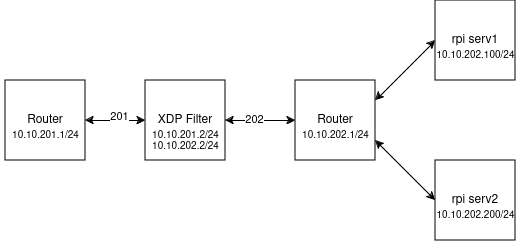
Before: images/Network_Topology.png, a diagram exported from draw.io (famidok/MAOYK-2024-BPF-XDP). Source tidied: cells renumbered, new cells last; positions are measured from the earlier drawing's top-left corner, leaving out a move shared by most shapes. The source it was exported from:
```xml
<mxGraphModel>
  <root>
    <mxCell id="0" />
    <mxCell id="1" parent="0" />
    <mxCell id="2" value="XDP Filter" style="whiteSpace=wrap;html=1;" parent="1" vertex="1">
      <mxGeometry x="145" y="80" width="80" height="80" as="geometry" />
    </mxCell>
    <mxCell id="3" value="Router" style="whiteSpace=wrap;html=1;" parent="1" vertex="1">
      <mxGeometry x="295" y="80" width="80" height="80" as="geometry" />
    </mxCell>
    <mxCell id="4" value="rpi serv2" style="whiteSpace=wrap;html=1;" parent="1" vertex="1">
      <mxGeometry x="435" y="160" width="80" height="80" as="geometry" />
    </mxCell>
    <mxCell id="5" value="rpi serv1" style="whiteSpace=wrap;html=1;" parent="1" vertex="1">
      <mxGeometry x="435" width="80" height="80" as="geometry" />
    </mxCell>
    <mxCell id="6" style="endArrow=classic;startArrow=classic;html=1;rounded=0;entryX=0;entryY=0.5;entryDx=0;entryDy=0;exitX=1;exitY=0.5;exitDx=0;exitDy=0;" parent="1" edge="1" source="2" target="3">
      <mxGeometry relative="1" as="geometry" />
    </mxCell>
    <mxCell id="7" value="&lt;div&gt;202&lt;/div&gt;" style="edgeLabel;html=1;align=center;verticalAlign=middle;" parent="6" vertex="1">
      <mxGeometry x="-0.18" y="1" relative="1" as="geometry" />
    </mxCell>
    <mxCell id="8" value="Router" style="whiteSpace=wrap;html=1;" parent="1" vertex="1">
      <mxGeometry x="5" y="80" width="80" height="80" as="geometry" />
    </mxCell>
    <mxCell id="9" style="endArrow=classic;startArrow=classic;html=1;rounded=0;entryX=0;entryY=0.5;entryDx=0;entryDy=0;exitX=1;exitY=0.5;exitDx=0;exitDy=0;" parent="1" edge="1" source="8" target="2">
      <mxGeometry relative="1" as="geometry" />
    </mxCell>
    <mxCell id="10" value="&lt;div&gt;201&lt;/div&gt;" style="edgeLabel;html=1;align=center;verticalAlign=middle;" parent="9" vertex="1">
      <mxGeometry x="0.11" y="4" relative="1" as="geometry" />
    </mxCell>
    <mxCell id="11" style="endArrow=classic;startArrow=classic;html=1;rounded=0;entryX=1;entryY=0.25;entryDx=0;entryDy=0;exitX=0;exitY=0.5;exitDx=0;exitDy=0;" parent="1" edge="1" source="5" target="3">
      <mxGeometry relative="1" as="geometry" />
    </mxCell>
    <mxCell id="12" style="endArrow=classic;startArrow=classic;html=1;rounded=0;entryX=0;entryY=0.5;entryDx=0;entryDy=0;exitX=1;exitY=0.75;exitDx=0;exitDy=0;" parent="1" edge="1" source="3" target="4">
      <mxGeometry relative="1" as="geometry" />
    </mxCell>
    <mxCell id="13" value="10.10.202.100/24" style="text;html=1;align=center;verticalAlign=middle;strokeColor=none;fillColor=none;fontSize=10;" parent="1" vertex="1">
      <mxGeometry x="425" y="40" width="100" height="30" as="geometry" />
    </mxCell>
    <mxCell id="14" value="10.10.202.200/24" style="text;html=1;align=center;verticalAlign=middle;strokeColor=none;fillColor=none;fontSize=10;" parent="1" vertex="1">
      <mxGeometry x="425" y="200" width="100" height="30" as="geometry" />
    </mxCell>
    <mxCell id="15" value="10.10.202.1/24" style="text;html=1;align=center;verticalAlign=middle;strokeColor=none;fillColor=none;fontSize=10;" parent="1" vertex="1">
      <mxGeometry x="290" y="120" width="90" height="30" as="geometry" />
    </mxCell>
    <mxCell id="16" value="10.10.201.1/24" style="text;html=1;align=center;verticalAlign=middle;strokeColor=none;fillColor=none;fontSize=10;" parent="1" vertex="1">
      <mxGeometry y="120" width="90" height="30" as="geometry" />
    </mxCell>
    <mxCell id="17" value="10.10.201.2/24" style="text;html=1;align=center;verticalAlign=middle;strokeColor=none;fillColor=none;fontSize=10;" parent="1" vertex="1">
      <mxGeometry x="140" y="120" width="90" height="30" as="geometry" />
    </mxCell>
    <mxCell id="18" value="10.10.202.2/24" style="text;html=1;align=center;verticalAlign=middle;strokeColor=none;fillColor=none;fontSize=10;" parent="1" vertex="1">
      <mxGeometry x="140" y="131" width="90" height="30" as="geometry" />
    </mxCell>
  </root>
</mxGraphModel>
```
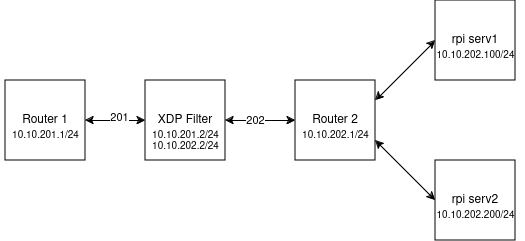
After the commit.

Commit message:
Add network section and update images

What changed in the source:
```diff
@@ -5,7 +5,7 @@
     <mxCell id="2" value="XDP Filter" style="whiteSpace=wrap;html=1;" parent="1" vertex="1">
       <mxGeometry x="145" y="80" width="80" height="80" as="geometry" />
     </mxCell>
-    <mxCell id="3" value="Router" style="whiteSpace=wrap;html=1;" parent="1" vertex="1">
+    <mxCell id="3" value="Router 2" style="whiteSpace=wrap;html=1;" parent="1" vertex="1">
       <mxGeometry x="295" y="80" width="80" height="80" as="geometry" />
     </mxCell>
     <mxCell id="4" value="rpi serv2" style="whiteSpace=wrap;html=1;" parent="1" vertex="1">
@@ -20,7 +20,7 @@
     <mxCell id="7" value="&lt;div&gt;202&lt;/div&gt;" style="edgeLabel;html=1;align=center;verticalAlign=middle;" parent="6" vertex="1">
       <mxGeometry x="-0.18" y="1" relative="1" as="geometry" />
     </mxCell>
-    <mxCell id="8" value="Router" style="whiteSpace=wrap;html=1;" parent="1" vertex="1">
+    <mxCell id="8" value="Router 1" style="whiteSpace=wrap;html=1;" parent="1" vertex="1">
       <mxGeometry x="5" y="80" width="80" height="80" as="geometry" />
     </mxCell>
     <mxCell id="9" style="endArrow=classic;startArrow=classic;html=1;rounded=0;entryX=0;entryY=0.5;entryDx=0;entryDy=0;exitX=1;exitY=0.5;exitDx=0;exitDy=0;" parent="1" edge="1" source="8" target="2">
```
